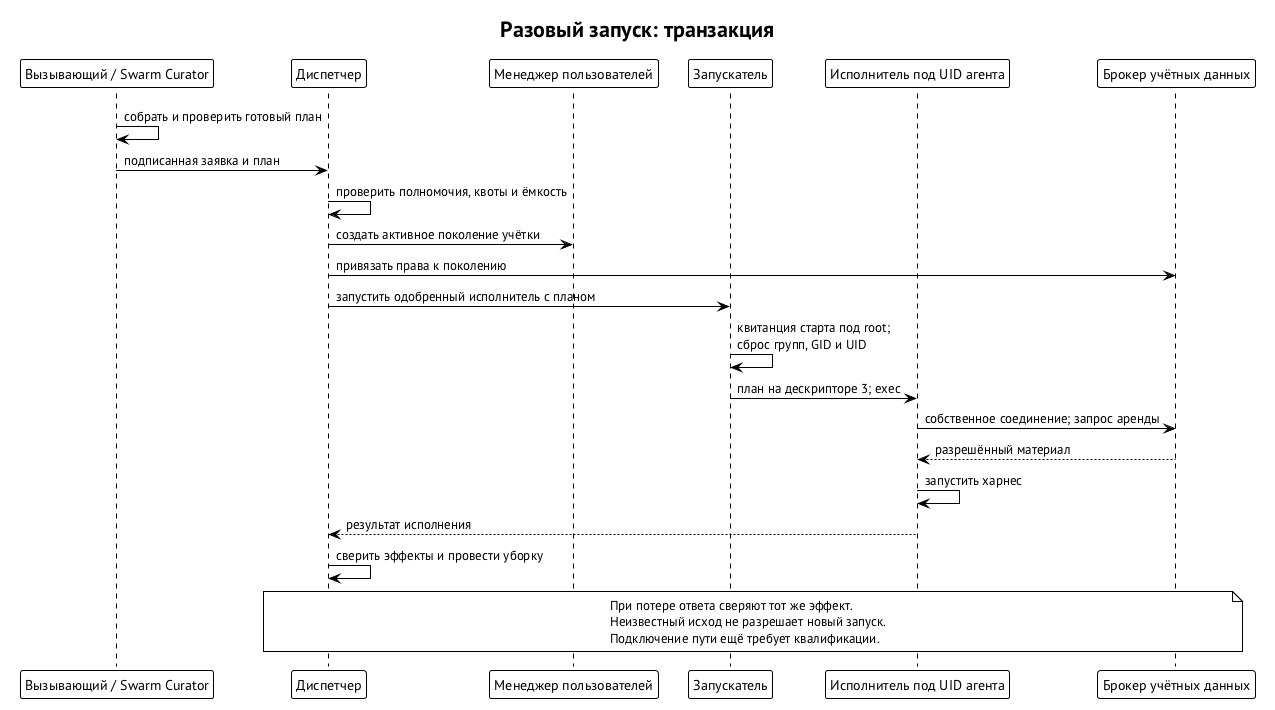
Above: book/diagrams/one-shot-agent.png in relux-works/swarma-docs (PlantUML), before the change.
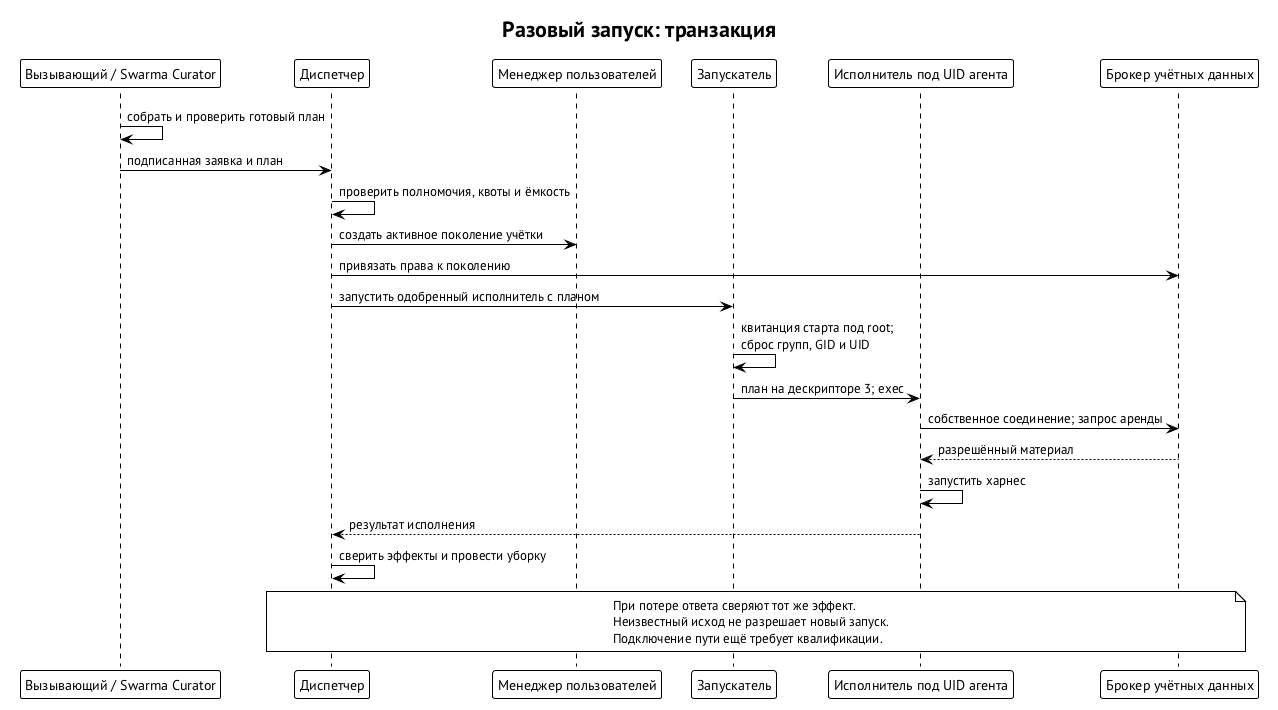
After the change.

The edit, as a diff of the source:
```diff
@@ -3,7 +3,7 @@
 skinparam defaultFontName "PT Sans"
 skinparam shadowing false
 title Разовый запуск: транзакция
-participant "Вызывающий / Swarm Curator" as C
+participant "Вызывающий / Swarma Curator" as C
 participant "Диспетчер" as D
 participant "Менеджер пользователей" as U
 participant "Запускатель" as L
```
